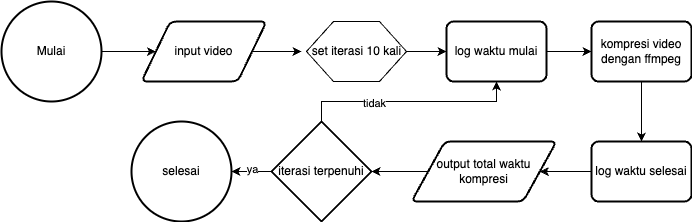
ariqpradipa/skripsi keeps this draw.io diagram as assets/pics/code-flowchart/flowchart_kompresi_video.png. Above is the earlier version. Source tidied: cells renumbered, new cells last; positions are measured from the earlier drawing's top-left corner, leaving out a move shared by most shapes.
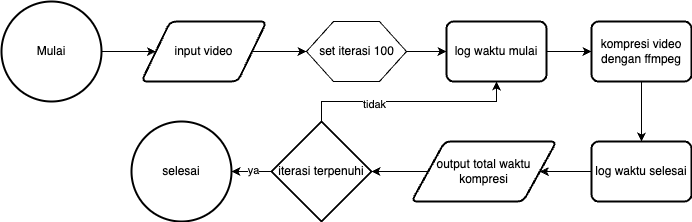
Later version of the same file.

Diff of the diagram source:
```diff
@@ -21,13 +21,13 @@
       <mxGeometry x="445" y="20" width="100" height="60" as="geometry" />
     </mxCell>
     <mxCell id="8" style="group;" parent="1" vertex="1">
-      <mxGeometry x="300" y="20" width="110" height="60" as="geometry" />
+      <mxGeometry x="300" y="20" width="115" height="60" as="geometry" />
     </mxCell>
     <mxCell id="9" style="verticalLabelPosition=bottom;verticalAlign=top;html=1;shape=hexagon;perimeter=hexagonPerimeter2;arcSize=6;size=0.27;align=center;" parent="8" vertex="1">
       <mxGeometry x="5" width="100" height="60" as="geometry" />
     </mxCell>
-    <mxCell id="10" value="set iterasi 10 kali" style="text;html=1;align=center;verticalAlign=middle;points=[];strokeColor=none;fillColor=none;" parent="8" vertex="1">
-      <mxGeometry y="15" width="110" height="30" as="geometry" />
+    <mxCell id="10" value="set iterasi 100" style="text;html=1;align=center;verticalAlign=middle;points=[];strokeColor=none;fillColor=none;" parent="8" vertex="1">
+      <mxGeometry x="5" y="15" width="100" height="30" as="geometry" />
     </mxCell>
     <mxCell id="11" style="edgeStyle=orthogonalEdgeStyle;rounded=0;jettySize=auto;html=1;" parent="1" edge="1" source="12" target="14">
       <mxGeometry relative="1" as="geometry" />
```
